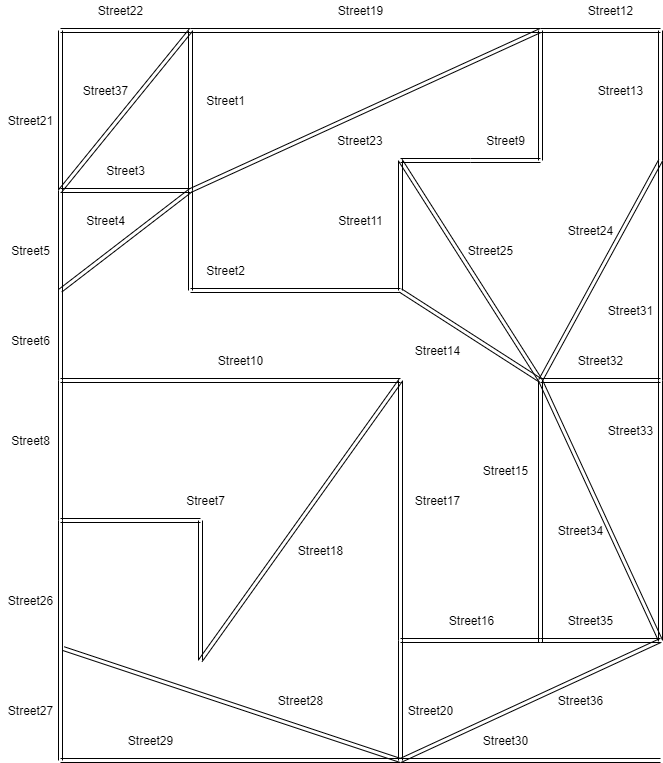
Before: projekt/lib/new_map.png, a diagram exported from draw.io (kateriska/IJA). Source tidied: cells renumbered, new cells last; positions are measured from the earlier drawing's top-left corner, leaving out a move shared by most shapes. The source it was exported from:
```xml
<mxGraphModel>
  <root>
    <mxCell id="0" />
    <mxCell id="1" parent="0" />
    <mxCell id="2" style="shape=link;html=1;fillColor=#a0522d;strokeColor=#000000;" parent="1" edge="1">
      <mxGeometry relative="1" as="geometry">
        <mxPoint x="60" y="380" as="sourcePoint" />
        <mxPoint x="60" y="190" as="targetPoint" />
      </mxGeometry>
    </mxCell>
    <mxCell id="3" style="shape=link;html=1;fillColor=#a0522d;strokeColor=#000000;" parent="1" edge="1">
      <mxGeometry relative="1" as="geometry">
        <mxPoint x="60" y="190" as="sourcePoint" />
        <mxPoint x="190" y="190" as="targetPoint" />
      </mxGeometry>
    </mxCell>
    <mxCell id="4" style="shape=link;html=1;fillColor=#e51400;strokeColor=#000000;" parent="1" edge="1">
      <mxGeometry relative="1" as="geometry">
        <mxPoint x="190" y="290" as="sourcePoint" />
        <mxPoint x="190" y="190" as="targetPoint" />
      </mxGeometry>
    </mxCell>
    <mxCell id="5" style="shape=link;html=1;fillColor=#000000;strokeColor=#000000;" parent="1" edge="1">
      <mxGeometry relative="1" as="geometry">
        <mxPoint x="190" y="290" as="sourcePoint" />
        <mxPoint x="400" y="290" as="targetPoint" />
      </mxGeometry>
    </mxCell>
    <mxCell id="6" style="shape=link;html=1;fillColor=#000000;strokeColor=#000000;" parent="1" edge="1">
      <mxGeometry relative="1" as="geometry">
        <mxPoint x="190" y="190" as="sourcePoint" />
        <mxPoint x="190" y="30" as="targetPoint" />
      </mxGeometry>
    </mxCell>
    <mxCell id="7" style="shape=link;html=1;fillColor=#a0522d;strokeColor=#000000;" parent="1" edge="1">
      <mxGeometry relative="1" as="geometry">
        <mxPoint x="60" y="290" as="sourcePoint" />
        <mxPoint x="190" y="190" as="targetPoint" />
      </mxGeometry>
    </mxCell>
    <mxCell id="8" style="shape=link;html=1;fillColor=#a0522d;strokeColor=#000000;" parent="1" edge="1">
      <mxGeometry relative="1" as="geometry">
        <mxPoint x="60" y="380" as="sourcePoint" />
        <mxPoint x="400" y="380" as="targetPoint" />
      </mxGeometry>
    </mxCell>
    <mxCell id="9" style="shape=link;html=1;fillColor=#a0522d;strokeColor=#000000;" parent="1" edge="1">
      <mxGeometry relative="1" as="geometry">
        <mxPoint x="60" y="380" as="sourcePoint" />
        <mxPoint x="60" y="520" as="targetPoint" />
      </mxGeometry>
    </mxCell>
    <mxCell id="10" value="Street1" style="text;html=1;align=center;verticalAlign=middle;" parent="1" vertex="1">
      <mxGeometry x="200" y="90" width="50" height="20" as="geometry" />
    </mxCell>
    <mxCell id="11" value="Street2" style="text;html=1;align=center;verticalAlign=middle;" parent="1" vertex="1">
      <mxGeometry x="200" y="260" width="50" height="20" as="geometry" />
    </mxCell>
    <mxCell id="12" value="Street3" style="text;html=1;align=center;verticalAlign=middle;" parent="1" vertex="1">
      <mxGeometry x="100" y="160" width="50" height="20" as="geometry" />
    </mxCell>
    <mxCell id="13" value="Street4" style="text;html=1;align=center;verticalAlign=middle;" parent="1" vertex="1">
      <mxGeometry x="80" y="210" width="50" height="20" as="geometry" />
    </mxCell>
    <mxCell id="14" value="Street5" style="text;html=1;align=center;verticalAlign=middle;" parent="1" vertex="1">
      <mxGeometry x="5" y="240" width="50" height="20" as="geometry" />
    </mxCell>
    <mxCell id="15" value="Street6" style="text;html=1;align=center;verticalAlign=middle;" parent="1" vertex="1">
      <mxGeometry x="5" y="330" width="50" height="20" as="geometry" />
    </mxCell>
    <mxCell id="16" style="shape=link;html=1;fillColor=#e51400;strokeColor=#000000;" parent="1" edge="1">
      <mxGeometry relative="1" as="geometry">
        <mxPoint x="60" y="520" as="sourcePoint" />
        <mxPoint x="200" y="520" as="targetPoint" />
      </mxGeometry>
    </mxCell>
    <mxCell id="17" style="shape=link;html=1;fillColor=#e51400;strokeColor=#000000;" parent="1" edge="1">
      <mxGeometry relative="1" as="geometry">
        <mxPoint x="200" y="520" as="sourcePoint" />
        <mxPoint x="200" y="660" as="targetPoint" />
      </mxGeometry>
    </mxCell>
    <mxCell id="18" value="Street7" style="text;html=1;align=center;verticalAlign=middle;" parent="1" vertex="1">
      <mxGeometry x="180" y="490" width="50" height="20" as="geometry" />
    </mxCell>
    <mxCell id="19" value="Street8" style="text;html=1;align=center;verticalAlign=middle;" parent="1" vertex="1">
      <mxGeometry x="5" y="430" width="50" height="20" as="geometry" />
    </mxCell>
    <mxCell id="20" style="shape=link;html=1;fillColor=#000000;strokeColor=#000000;" parent="1" edge="1">
      <mxGeometry relative="1" as="geometry">
        <mxPoint x="400" y="290" as="sourcePoint" />
        <mxPoint x="400" y="160" as="targetPoint" />
      </mxGeometry>
    </mxCell>
    <mxCell id="21" style="shape=link;html=1;fillColor=#000000;strokeColor=#000000;" parent="1" edge="1">
      <mxGeometry relative="1" as="geometry">
        <mxPoint x="400" y="160" as="sourcePoint" />
        <mxPoint x="540" y="160" as="targetPoint" />
        <Array as="points">
          <mxPoint x="470" y="160" />
        </Array>
      </mxGeometry>
    </mxCell>
    <mxCell id="22" style="shape=link;html=1;fillColor=#e51400;strokeColor=#000000;" parent="1" edge="1">
      <mxGeometry relative="1" as="geometry">
        <mxPoint x="540" y="160" as="sourcePoint" />
        <mxPoint x="540" y="30" as="targetPoint" />
      </mxGeometry>
    </mxCell>
    <mxCell id="23" value="Street9" style="text;html=1;align=center;verticalAlign=middle;" parent="1" vertex="1">
      <mxGeometry x="480" y="130" width="50" height="20" as="geometry" />
    </mxCell>
    <mxCell id="24" value="Street10" style="text;html=1;align=center;verticalAlign=middle;" parent="1" vertex="1">
      <mxGeometry x="210" y="350" width="60" height="20" as="geometry" />
    </mxCell>
    <mxCell id="25" value="Street11" style="text;html=1;align=center;verticalAlign=middle;" parent="1" vertex="1">
      <mxGeometry x="330" y="210" width="60" height="20" as="geometry" />
    </mxCell>
    <mxCell id="26" style="shape=link;html=1;fillColor=#000000;strokeColor=#000000;" parent="1" edge="1">
      <mxGeometry relative="1" as="geometry">
        <mxPoint x="660" y="30" as="sourcePoint" />
        <mxPoint x="540" y="30" as="targetPoint" />
      </mxGeometry>
    </mxCell>
    <mxCell id="27" style="shape=link;html=1;fillColor=#e51400;strokeColor=#000000;" parent="1" edge="1">
      <mxGeometry relative="1" as="geometry">
        <mxPoint x="660" y="160" as="sourcePoint" />
        <mxPoint x="660" y="30" as="targetPoint" />
      </mxGeometry>
    </mxCell>
    <mxCell id="28" value="Street12" style="text;html=1;align=center;verticalAlign=middle;" parent="1" vertex="1">
      <mxGeometry x="580" width="60" height="20" as="geometry" />
    </mxCell>
    <mxCell id="29" value="Street13" style="text;html=1;align=center;verticalAlign=middle;" parent="1" vertex="1">
      <mxGeometry x="590" y="80" width="60" height="20" as="geometry" />
    </mxCell>
    <mxCell id="30" style="shape=link;html=1;fillColor=#a0522d;strokeColor=#000000;" parent="1" edge="1">
      <mxGeometry relative="1" as="geometry">
        <mxPoint x="540" y="380" as="sourcePoint" />
        <mxPoint x="400" y="290" as="targetPoint" />
      </mxGeometry>
    </mxCell>
    <mxCell id="31" value="Street14" style="text;html=1;align=center;verticalAlign=middle;" parent="1" vertex="1">
      <mxGeometry x="407" y="340" width="60" height="20" as="geometry" />
    </mxCell>
    <mxCell id="32" style="shape=link;html=1;fillColor=#6d8764;strokeColor=#000000;" parent="1" edge="1">
      <mxGeometry relative="1" as="geometry">
        <mxPoint x="540" y="380" as="sourcePoint" />
        <mxPoint x="540" y="641.6" as="targetPoint" />
      </mxGeometry>
    </mxCell>
    <mxCell id="33" value="Street15" style="text;html=1;align=center;verticalAlign=middle;" parent="1" vertex="1">
      <mxGeometry x="475" y="460" width="60" height="20" as="geometry" />
    </mxCell>
    <mxCell id="34" style="shape=link;html=1;fillColor=#a0522d;strokeColor=#000000;" parent="1" edge="1">
      <mxGeometry relative="1" as="geometry">
        <mxPoint x="400" y="640" as="sourcePoint" />
        <mxPoint x="540" y="640" as="targetPoint" />
      </mxGeometry>
    </mxCell>
    <mxCell id="35" value="Street16" style="text;html=1;align=center;verticalAlign=middle;" parent="1" vertex="1">
      <mxGeometry x="441" y="610" width="60" height="20" as="geometry" />
    </mxCell>
    <mxCell id="36" style="shape=link;html=1;fillColor=#6d8764;strokeColor=#000000;" parent="1" edge="1">
      <mxGeometry relative="1" as="geometry">
        <mxPoint x="400" y="640" as="sourcePoint" />
        <mxPoint x="400" y="380" as="targetPoint" />
      </mxGeometry>
    </mxCell>
    <mxCell id="37" value="Street17" style="text;html=1;align=center;verticalAlign=middle;" parent="1" vertex="1">
      <mxGeometry x="407" y="490" width="60" height="20" as="geometry" />
    </mxCell>
    <mxCell id="38" style="shape=link;html=1;fillColor=#a0522d;strokeColor=#000000;" parent="1" edge="1">
      <mxGeometry relative="1" as="geometry">
        <mxPoint x="200" y="660" as="sourcePoint" />
        <mxPoint x="400" y="380" as="targetPoint" />
      </mxGeometry>
    </mxCell>
    <mxCell id="39" value="Street18" style="text;html=1;align=center;verticalAlign=middle;" parent="1" vertex="1">
      <mxGeometry x="290" y="540" width="60" height="20" as="geometry" />
    </mxCell>
    <mxCell id="40" style="shape=link;html=1;fillColor=#000000;strokeColor=#000000;" parent="1" edge="1">
      <mxGeometry relative="1" as="geometry">
        <mxPoint x="190" y="30" as="sourcePoint" />
        <mxPoint x="540" y="30" as="targetPoint" />
      </mxGeometry>
    </mxCell>
    <mxCell id="41" value="Street19" style="text;html=1;align=center;verticalAlign=middle;" parent="1" vertex="1">
      <mxGeometry x="330" width="60" height="20" as="geometry" />
    </mxCell>
    <mxCell id="42" style="shape=link;html=1;fillColor=#e51400;strokeColor=#000000;" parent="1" edge="1">
      <mxGeometry relative="1" as="geometry">
        <mxPoint x="400" y="760" as="sourcePoint" />
        <mxPoint x="400" y="640" as="targetPoint" />
      </mxGeometry>
    </mxCell>
    <mxCell id="43" value="Street20" style="text;html=1;align=center;verticalAlign=middle;" parent="1" vertex="1">
      <mxGeometry x="400" y="700" width="60" height="20" as="geometry" />
    </mxCell>
    <mxCell id="44" style="shape=link;html=1;" parent="1" edge="1">
      <mxGeometry relative="1" as="geometry">
        <mxPoint x="60" y="190" as="sourcePoint" />
        <mxPoint x="60" y="30" as="targetPoint" />
      </mxGeometry>
    </mxCell>
    <mxCell id="45" style="shape=link;html=1;" parent="1" edge="1">
      <mxGeometry relative="1" as="geometry">
        <mxPoint x="60" y="30" as="sourcePoint" />
        <mxPoint x="190" y="30" as="targetPoint" />
      </mxGeometry>
    </mxCell>
    <mxCell id="46" style="shape=link;html=1;" parent="1" edge="1">
      <mxGeometry relative="1" as="geometry">
        <mxPoint x="190" y="190" as="sourcePoint" />
        <mxPoint x="540" y="30" as="targetPoint" />
      </mxGeometry>
    </mxCell>
    <mxCell id="47" value="Street21" style="text;html=1;align=center;verticalAlign=middle;" parent="1" vertex="1">
      <mxGeometry y="110" width="60" height="20" as="geometry" />
    </mxCell>
    <mxCell id="48" value="Street22" style="text;html=1;align=center;verticalAlign=middle;" parent="1" vertex="1">
      <mxGeometry x="90" width="60" height="20" as="geometry" />
    </mxCell>
    <mxCell id="49" value="Street23" style="text;html=1;strokeColor=none;fillColor=none;align=center;verticalAlign=middle;whiteSpace=wrap;rounded=0;" parent="1" vertex="1">
      <mxGeometry x="340" y="130" width="40" height="20" as="geometry" />
    </mxCell>
    <mxCell id="50" style="shape=link;html=1;" parent="1" edge="1">
      <mxGeometry relative="1" as="geometry">
        <mxPoint x="540" y="380" as="sourcePoint" />
        <mxPoint x="660" y="160" as="targetPoint" />
      </mxGeometry>
    </mxCell>
    <mxCell id="51" value="Street24" style="text;html=1;align=center;verticalAlign=middle;" parent="1" vertex="1">
      <mxGeometry x="560" y="220" width="60" height="20" as="geometry" />
    </mxCell>
    <mxCell id="52" style="shape=link;html=1;" parent="1" edge="1">
      <mxGeometry relative="1" as="geometry">
        <mxPoint x="60" y="190" as="sourcePoint" />
        <mxPoint x="190" y="30" as="targetPoint" />
      </mxGeometry>
    </mxCell>
    <mxCell id="53" value="Street37" style="text;html=1;align=center;verticalAlign=middle;" parent="1" vertex="1">
      <mxGeometry x="75" y="80" width="60" height="20" as="geometry" />
    </mxCell>
    <mxCell id="54" style="shape=link;html=1;strokeColor=#000000;fillColor=#000000;" parent="1" edge="1">
      <mxGeometry relative="1" as="geometry">
        <mxPoint x="540" y="380" as="sourcePoint" />
        <mxPoint x="400" y="160" as="targetPoint" />
      </mxGeometry>
    </mxCell>
    <mxCell id="55" value="Street25" style="text;html=1;align=center;verticalAlign=middle;" parent="1" vertex="1">
      <mxGeometry x="460" y="240" width="60" height="20" as="geometry" />
    </mxCell>
    <mxCell id="56" style="shape=link;html=1;strokeColor=#000000;fillColor=#000000;" parent="1" edge="1">
      <mxGeometry relative="1" as="geometry">
        <mxPoint x="60" y="760" as="sourcePoint" />
        <mxPoint x="60" y="520" as="targetPoint" />
      </mxGeometry>
    </mxCell>
    <mxCell id="57" style="shape=link;html=1;strokeColor=#000000;fillColor=#000000;" parent="1" edge="1">
      <mxGeometry relative="1" as="geometry">
        <mxPoint x="60" y="760" as="sourcePoint" />
        <mxPoint x="400" y="760" as="targetPoint" />
      </mxGeometry>
    </mxCell>
    <mxCell id="58" style="shape=link;html=1;strokeColor=#000000;fillColor=#000000;exitX=1.053;exitY=0.91;exitDx=0;exitDy=0;exitPerimeter=0;" parent="1" edge="1">
      <mxGeometry relative="1" as="geometry">
        <mxPoint x="63.2" y="648.2" as="sourcePoint" />
        <mxPoint x="400" y="760" as="targetPoint" />
      </mxGeometry>
    </mxCell>
    <mxCell id="59" style="shape=link;html=1;strokeColor=#000000;fillColor=#000000;" parent="1" edge="1">
      <mxGeometry relative="1" as="geometry">
        <mxPoint x="400" y="760" as="sourcePoint" />
        <mxPoint x="660" y="760" as="targetPoint" />
      </mxGeometry>
    </mxCell>
    <mxCell id="60" value="Street26" style="text;html=1;align=center;verticalAlign=middle;" parent="1" vertex="1">
      <mxGeometry y="590" width="60" height="20" as="geometry" />
    </mxCell>
    <mxCell id="61" value="Street27" style="text;html=1;align=center;verticalAlign=middle;" parent="1" vertex="1">
      <mxGeometry y="700" width="60" height="20" as="geometry" />
    </mxCell>
    <mxCell id="62" value="Street28" style="text;html=1;align=center;verticalAlign=middle;" parent="1" vertex="1">
      <mxGeometry x="270" y="690" width="60" height="20" as="geometry" />
    </mxCell>
    <mxCell id="63" value="Street29" style="text;html=1;align=center;verticalAlign=middle;" parent="1" vertex="1">
      <mxGeometry x="120" y="730" width="60" height="20" as="geometry" />
    </mxCell>
    <mxCell id="64" value="Street30" style="text;html=1;align=center;verticalAlign=middle;" parent="1" vertex="1">
      <mxGeometry x="475" y="730" width="60" height="20" as="geometry" />
    </mxCell>
    <mxCell id="65" style="shape=link;html=1;strokeColor=#000000;fillColor=#000000;" parent="1" edge="1">
      <mxGeometry relative="1" as="geometry">
        <mxPoint x="660" y="380" as="sourcePoint" />
        <mxPoint x="660" y="160" as="targetPoint" />
      </mxGeometry>
    </mxCell>
    <mxCell id="66" style="shape=link;html=1;strokeColor=#000000;fillColor=#000000;" parent="1" edge="1">
      <mxGeometry relative="1" as="geometry">
        <mxPoint x="540" y="380" as="sourcePoint" />
        <mxPoint x="660" y="380" as="targetPoint" />
      </mxGeometry>
    </mxCell>
    <mxCell id="67" style="shape=link;html=1;strokeColor=#000000;fillColor=#000000;" parent="1" edge="1">
      <mxGeometry relative="1" as="geometry">
        <mxPoint x="660" y="640" as="sourcePoint" />
        <mxPoint x="540" y="380" as="targetPoint" />
      </mxGeometry>
    </mxCell>
    <mxCell id="68" style="shape=link;html=1;strokeColor=#000000;fillColor=#000000;" parent="1" edge="1">
      <mxGeometry relative="1" as="geometry">
        <mxPoint x="660" y="640" as="sourcePoint" />
        <mxPoint x="660" y="380" as="targetPoint" />
      </mxGeometry>
    </mxCell>
    <mxCell id="69" style="shape=link;html=1;strokeColor=#000000;fillColor=#000000;" parent="1" edge="1">
      <mxGeometry relative="1" as="geometry">
        <mxPoint x="540" y="640" as="sourcePoint" />
        <mxPoint x="660" y="640" as="targetPoint" />
      </mxGeometry>
    </mxCell>
    <mxCell id="70" style="shape=link;html=1;strokeColor=#000000;fillColor=#000000;" parent="1" edge="1">
      <mxGeometry relative="1" as="geometry">
        <mxPoint x="400" y="760" as="sourcePoint" />
        <mxPoint x="660" y="640" as="targetPoint" />
      </mxGeometry>
    </mxCell>
    <mxCell id="71" value="Street31" style="text;html=1;align=center;verticalAlign=middle;" parent="1" vertex="1">
      <mxGeometry x="600" y="300" width="60" height="20" as="geometry" />
    </mxCell>
    <mxCell id="72" value="Street32" style="text;html=1;align=center;verticalAlign=middle;" parent="1" vertex="1">
      <mxGeometry x="570" y="350" width="60" height="20" as="geometry" />
    </mxCell>
    <mxCell id="73" value="Street33" style="text;html=1;align=center;verticalAlign=middle;" parent="1" vertex="1">
      <mxGeometry x="600" y="420" width="60" height="20" as="geometry" />
    </mxCell>
    <mxCell id="74" value="Street34" style="text;html=1;align=center;verticalAlign=middle;" parent="1" vertex="1">
      <mxGeometry x="550" y="520" width="60" height="20" as="geometry" />
    </mxCell>
    <mxCell id="75" value="Street35" style="text;html=1;align=center;verticalAlign=middle;" parent="1" vertex="1">
      <mxGeometry x="560" y="610" width="60" height="20" as="geometry" />
    </mxCell>
    <mxCell id="76" value="Street36" style="text;html=1;align=center;verticalAlign=middle;" parent="1" vertex="1">
      <mxGeometry x="550" y="690" width="60" height="20" as="geometry" />
    </mxCell>
  </root>
</mxGraphModel>
```
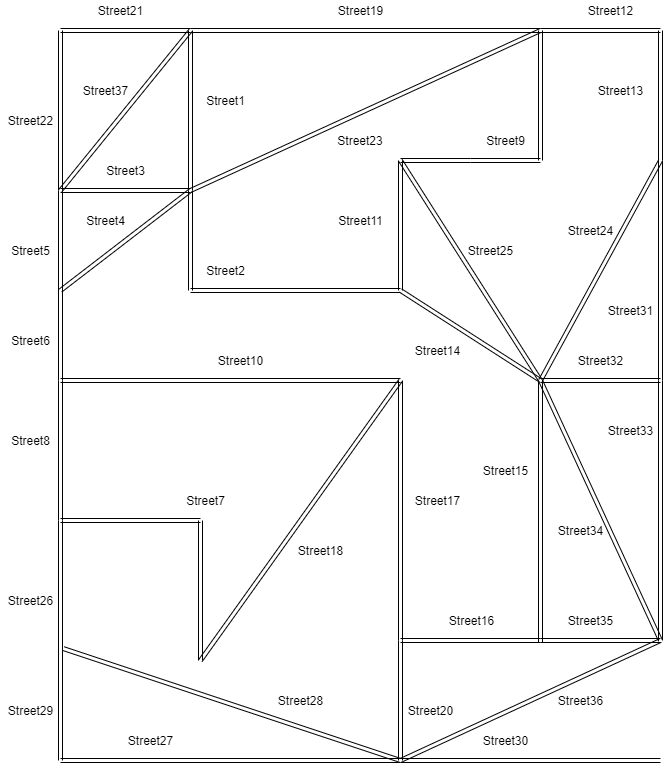
Later version of the same file.

Commit message:
edit of some street names

Diff of the diagram source:
```diff
@@ -215,10 +215,10 @@
         <mxPoint x="540" y="30" as="targetPoint" />
       </mxGeometry>
     </mxCell>
-    <mxCell id="47" value="Street21" style="text;html=1;align=center;verticalAlign=middle;" parent="1" vertex="1">
+    <mxCell id="47" value="Street22" style="text;html=1;align=center;verticalAlign=middle;" parent="1" vertex="1">
       <mxGeometry y="110" width="60" height="20" as="geometry" />
     </mxCell>
-    <mxCell id="48" value="Street22" style="text;html=1;align=center;verticalAlign=middle;" parent="1" vertex="1">
+    <mxCell id="48" value="Street21" style="text;html=1;align=center;verticalAlign=middle;" parent="1" vertex="1">
       <mxGeometry x="90" width="60" height="20" as="geometry" />
     </mxCell>
     <mxCell id="49" value="Street23" style="text;html=1;strokeColor=none;fillColor=none;align=center;verticalAlign=middle;whiteSpace=wrap;rounded=0;" parent="1" vertex="1">
@@ -278,13 +278,13 @@
     <mxCell id="60" value="Street26" style="text;html=1;align=center;verticalAlign=middle;" parent="1" vertex="1">
       <mxGeometry y="590" width="60" height="20" as="geometry" />
     </mxCell>
-    <mxCell id="61" value="Street27" style="text;html=1;align=center;verticalAlign=middle;" parent="1" vertex="1">
+    <mxCell id="61" value="Street29" style="text;html=1;align=center;verticalAlign=middle;" parent="1" vertex="1">
       <mxGeometry y="700" width="60" height="20" as="geometry" />
     </mxCell>
     <mxCell id="62" value="Street28" style="text;html=1;align=center;verticalAlign=middle;" parent="1" vertex="1">
       <mxGeometry x="270" y="690" width="60" height="20" as="geometry" />
     </mxCell>
-    <mxCell id="63" value="Street29" style="text;html=1;align=center;verticalAlign=middle;" parent="1" vertex="1">
+    <mxCell id="63" value="Street27" style="text;html=1;align=center;verticalAlign=middle;" parent="1" vertex="1">
       <mxGeometry x="120" y="730" width="60" height="20" as="geometry" />
     </mxCell>
     <mxCell id="64" value="Street30" style="text;html=1;align=center;verticalAlign=middle;" parent="1" vertex="1">
```
